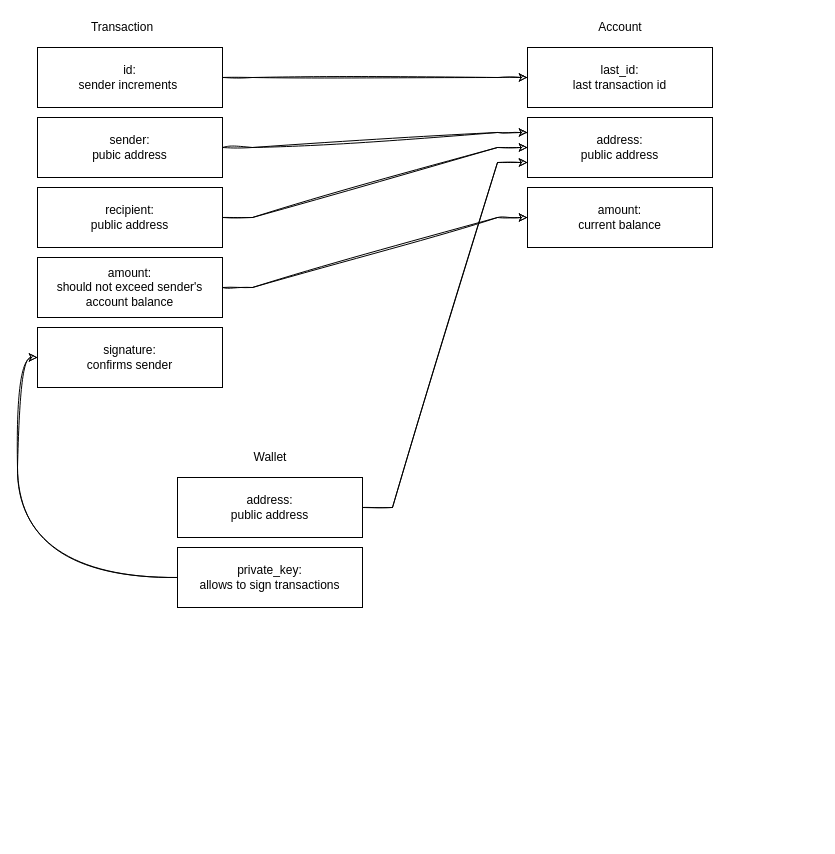
Above: docs/Transaction Structure Diagram.drawio in echowaves/succinctcoin (draw.io), before the change. Source tidied: cells renumbered, new cells numbered last; positions are measured from the earlier drawing's top-left corner, leaving out a move shared by most shapes. Both pictures are drawn from the tidied source at 100%, with x=0, y=0 at pixel (37, 17).
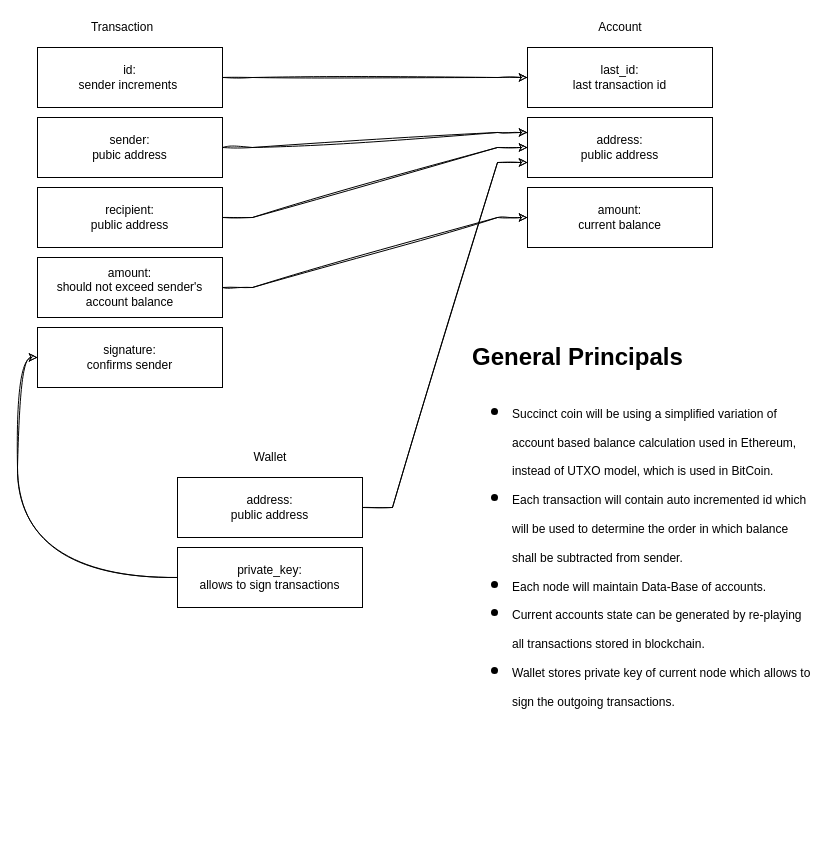
After the change.

Diff of the diagram source:
```diff
@@
+    <mxCell id="21" value="&lt;h1&gt;&lt;span&gt;General Principals&lt;/span&gt;&lt;/h1&gt;&lt;h1&gt;&lt;ul&gt;&lt;li&gt;&lt;span style=&quot;font-size: 12px ; font-weight: 400&quot;&gt;Succinct coin will be using a simplified variation of account based balance calculation used in Ethereum, instead of UTXO model, which is used in BitCoin.&lt;/span&gt;&lt;/li&gt;&lt;li&gt;&lt;span style=&quot;font-size: 12px ; font-weight: 400&quot;&gt;Each transaction will contain auto incremented id which will be used to determine the order in which balance shall be subtracted&amp;nbsp;from&amp;nbsp;sender.&lt;/span&gt;&lt;/li&gt;&lt;li&gt;&lt;span style=&quot;font-size: 12px ; font-weight: 400&quot;&gt;Each node will maintain Data-Base of accounts.&lt;/span&gt;&lt;/li&gt;&lt;li&gt;&lt;span style=&quot;font-size: 12px ; font-weight: 400&quot;&gt;Current accounts state can be generated by re-playing all transactions stored in blockchain.&lt;/span&gt;&lt;/li&gt;&lt;li&gt;&lt;span style=&quot;font-size: 12px ; font-weight: 400&quot;&gt;Wallet stores private key of current node which allows to sign the outgoing transactions.&lt;/span&gt;&lt;/li&gt;&lt;/ul&gt;&lt;/h1&gt;" style="text;html=1;strokeColor=none;fillColor=none;spacing=5;spacingTop=-20;whiteSpace=wrap;overflow=hidden;rounded=0;" parent="1" vertex="1">
+      <mxGeometry x="430" y="320" width="350" height="500" as="geometry" />
+    </mxCell>
```
